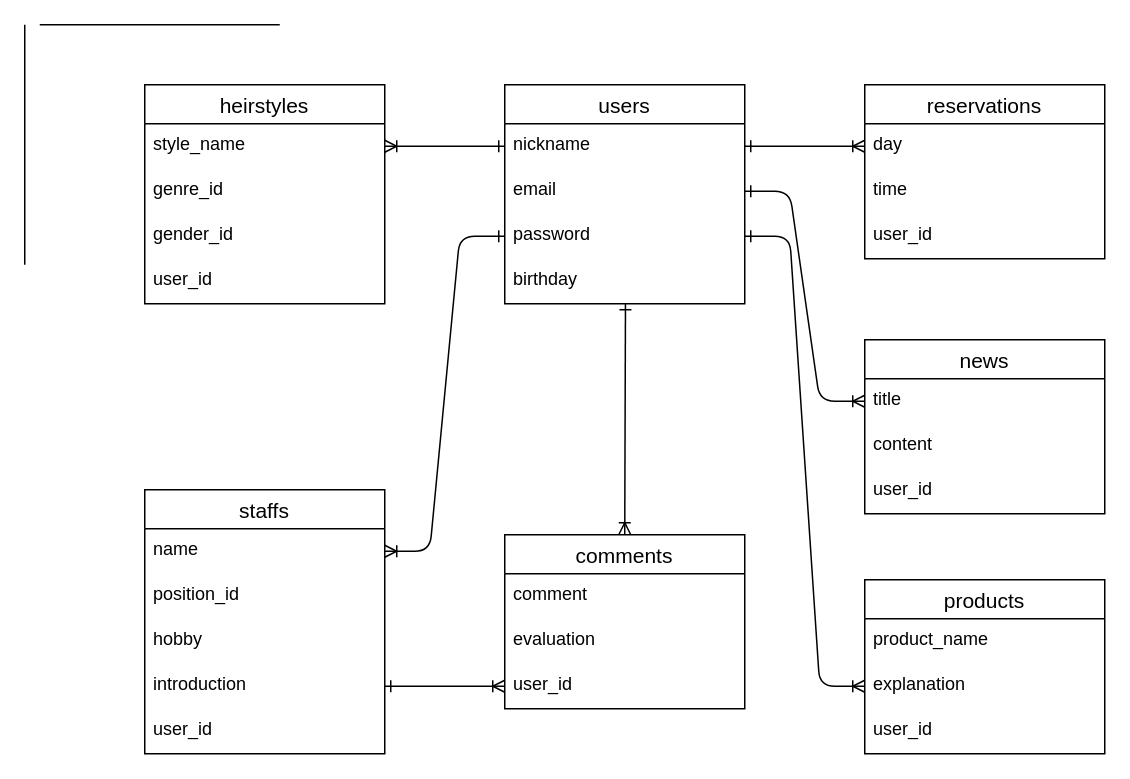
The draw.io diagram ER.dio in prodaigo/salon_app, before the edit. Source tidied: cells renumbered, new cells numbered last; positions are measured from the earlier drawing's top-left corner, leaving out a move shared by most shapes. Both pictures are drawn from the tidied source at 150%, with x=0, y=0 at pixel (24, 24).
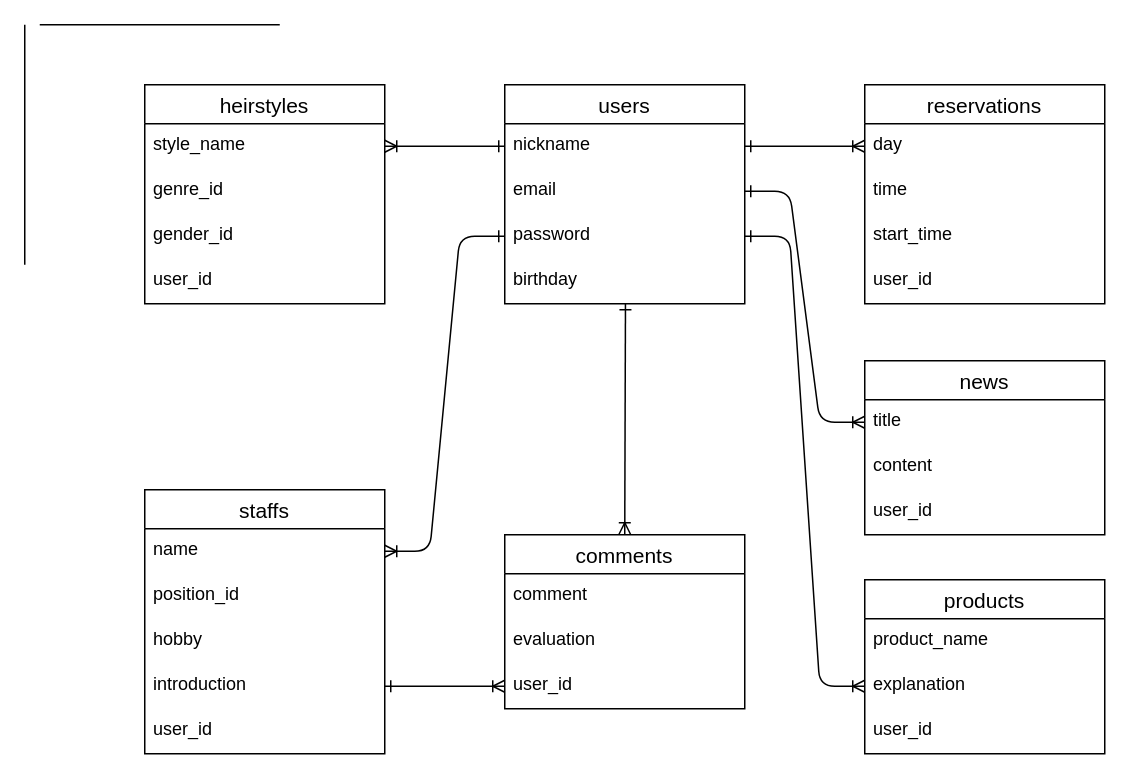
Above is the later version.

What changed in the source:
```diff
@@
     <mxCell id="18" value="reservations" style="swimlane;fontStyle=0;horizontal=1;startSize=26;align=center;fontSize=14;" parent="1" vertex="1">
-      <mxGeometry x="560" y="40" width="160" height="116" as="geometry" />
+      <mxGeometry x="560" y="40" width="160" height="146" as="geometry" />
     </mxCell>
@@
+    <mxCell id="43" value="start_time" style="text;strokeColor=none;fillColor=none;spacingLeft=4;spacingRight=4;overflow=hidden;fontSize=12;" parent="18" vertex="1">
+      <mxGeometry y="86" width="160" height="30" as="geometry" />
+    </mxCell>
     <mxCell id="21" value="user_id" style="text;strokeColor=none;fillColor=none;spacingLeft=4;spacingRight=4;overflow=hidden;fontSize=12;" parent="18" vertex="1">
-      <mxGeometry y="86" width="160" height="30" as="geometry" />
+      <mxGeometry y="116" width="160" height="30" as="geometry" />
     </mxCell>
     <mxCell id="22" value="news" style="swimlane;fontStyle=0;horizontal=1;startSize=26;align=center;fontSize=14;" parent="1" vertex="1">
-      <mxGeometry x="560" y="210" width="160" height="116" as="geometry" />
+      <mxGeometry x="560" y="224" width="160" height="116" as="geometry" />
     </mxCell>
```
